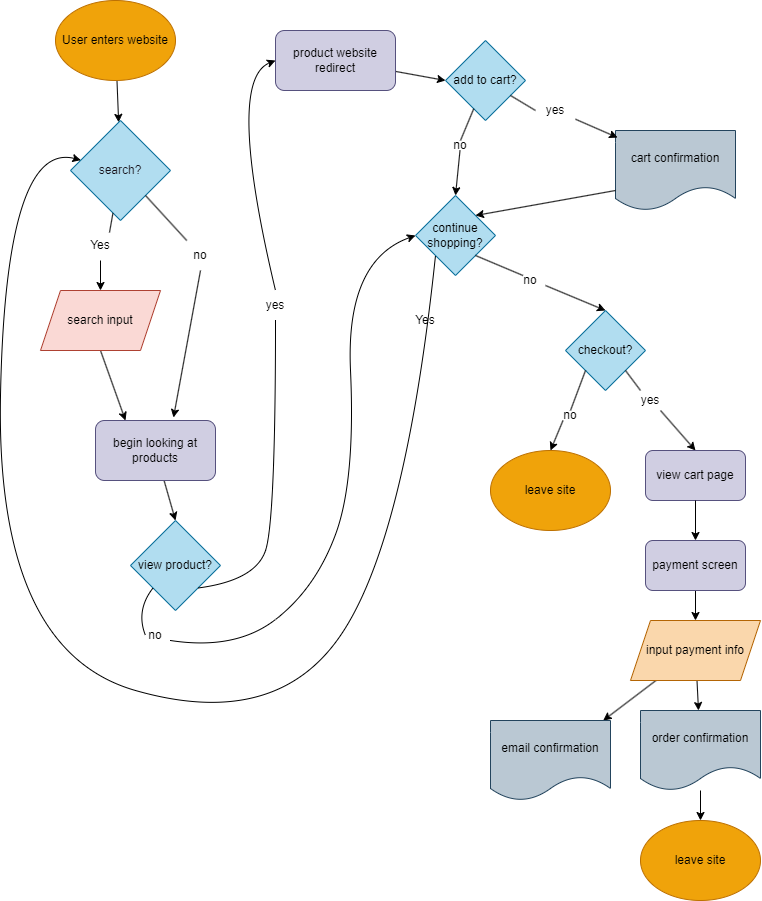
Before: explore/diagramming/diagram.drawio.png, a diagram exported from draw.io (lauT0/sp24-cse110-lab4). Source tidied: cells renumbered, new cells last; positions are measured from the earlier drawing's top-left corner, leaving out a move shared by most shapes.
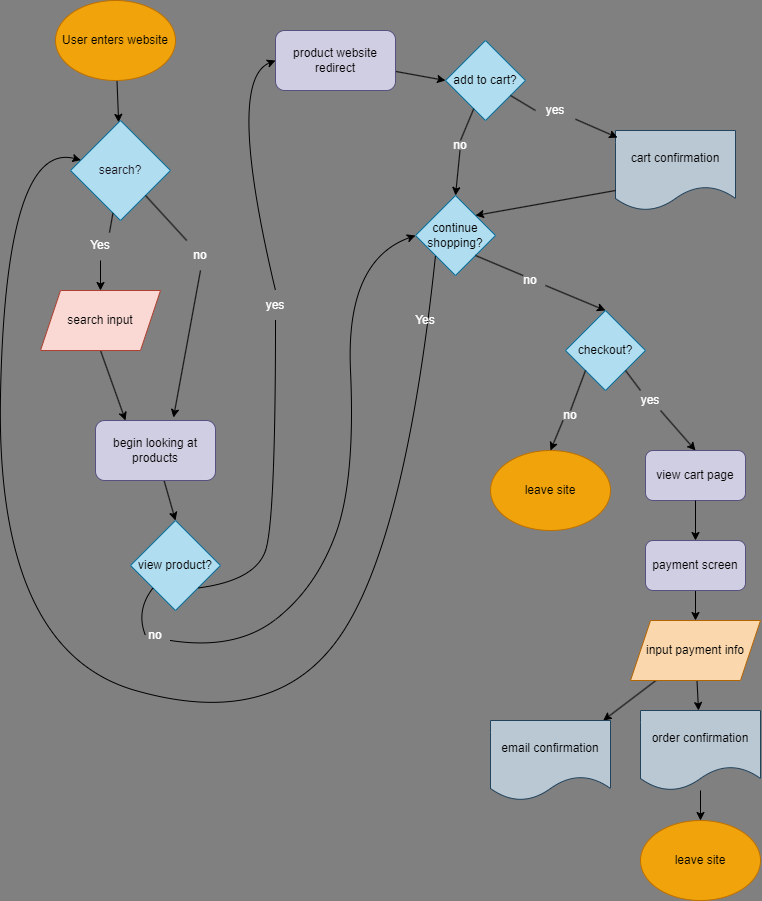
After the commit.

Change to the diagram source:
```diff
@@ -1,4 +1,4 @@
-<mxGraphModel background="#ffffff">
+<mxGraphModel background="#808080">
   <root>
     <mxCell id="0" />
     <mxCell id="1" parent="0" />
@@ -32,13 +32,13 @@
     <mxCell id="11" style="endArrow=none;html=1;fontColor=#000000;entryX=0.65;entryY=0.067;entryDx=0;entryDy=0;entryPerimeter=0;" parent="1" edge="1" source="5" target="12">
       <mxGeometry relative="1" as="geometry" />
     </mxCell>
-    <mxCell id="12" value="Yes" style="text;html=1;strokeColor=none;fillColor=none;align=center;verticalAlign=middle;whiteSpace=wrap;rounded=0;fontColor=#000000;" parent="1" vertex="1">
+    <mxCell id="12" value="Yes" style="text;html=1;strokeColor=none;fillColor=none;align=center;verticalAlign=middle;whiteSpace=wrap;rounded=0;fontColor=#FFFFFF;" parent="1" vertex="1">
       <mxGeometry x="75" y="230" width="60" height="30" as="geometry" />
     </mxCell>
     <mxCell id="13" style="edgeStyle=none;html=1;exitX=1;exitY=1;exitDx=0;exitDy=0;fontColor=#000000;endArrow=none;" parent="1" edge="1" source="5" target="14">
       <mxGeometry relative="1" as="geometry" />
     </mxCell>
-    <mxCell id="14" value="no" style="text;html=1;strokeColor=none;fillColor=none;align=center;verticalAlign=middle;whiteSpace=wrap;rounded=0;fontColor=#000000;" parent="1" vertex="1">
+    <mxCell id="14" value="no" style="text;html=1;strokeColor=none;fillColor=none;align=center;verticalAlign=middle;whiteSpace=wrap;rounded=0;fontColor=#FFFFFF;" parent="1" vertex="1">
       <mxGeometry x="165" y="240" width="80" height="30" as="geometry" />
     </mxCell>
     <mxCell id="15" value="&lt;font color=&quot;#000000&quot;&gt;view product?&lt;/font&gt;" style="rhombus;whiteSpace=wrap;html=1;fillColor=#b1ddf0;strokeColor=#10739e;fontColor=#FFFFFF;" parent="1" vertex="1">
@@ -91,13 +91,13 @@
         </Array>
       </mxGeometry>
     </mxCell>
-    <mxCell id="28" value="yes" style="text;html=1;strokeColor=none;fillColor=none;align=center;verticalAlign=middle;whiteSpace=wrap;rounded=0;fontColor=#000000;" parent="1" vertex="1">
+    <mxCell id="28" value="yes" style="text;html=1;strokeColor=none;fillColor=none;align=center;verticalAlign=middle;whiteSpace=wrap;rounded=0;fontColor=#FFFFFF;" parent="1" vertex="1">
       <mxGeometry x="240" y="290" width="80" height="30" as="geometry" />
     </mxCell>
     <mxCell id="29" style="endArrow=none;html=1;fontColor=#000000;entryX=0;entryY=0.5;entryDx=0;entryDy=0;" parent="1" edge="1" source="19" target="30">
       <mxGeometry relative="1" as="geometry" />
     </mxCell>
-    <mxCell id="30" value="yes" style="text;html=1;strokeColor=none;fillColor=none;align=center;verticalAlign=middle;whiteSpace=wrap;rounded=0;fontColor=#000000;" parent="1" vertex="1">
+    <mxCell id="30" value="yes" style="text;html=1;strokeColor=none;fillColor=none;align=center;verticalAlign=middle;whiteSpace=wrap;rounded=0;fontColor=#FFFFFF;" parent="1" vertex="1">
       <mxGeometry x="540" y="100" width="40" height="20" as="geometry" />
     </mxCell>
     <mxCell id="31" style="endArrow=classic;html=1;fontColor=#000000;exitX=0;exitY=0.75;exitDx=0;exitDy=0;entryX=1;entryY=0;entryDx=0;entryDy=0;" parent="1" edge="1" source="20" target="21">
@@ -152,25 +152,25 @@
         </Array>
       </mxGeometry>
     </mxCell>
-    <mxCell id="43" value="Yes" style="text;html=1;strokeColor=none;fillColor=none;align=center;verticalAlign=middle;whiteSpace=wrap;rounded=0;fontColor=#000000;" parent="1" vertex="1">
+    <mxCell id="43" value="Yes" style="text;html=1;strokeColor=none;fillColor=none;align=center;verticalAlign=middle;whiteSpace=wrap;rounded=0;fontColor=#FFFFFF;" parent="1" vertex="1">
       <mxGeometry x="400" y="305" width="60" height="30" as="geometry" />
     </mxCell>
     <mxCell id="44" style="endArrow=none;html=1;fontColor=#000000;exitX=1;exitY=1;exitDx=0;exitDy=0;entryX=0.25;entryY=0;entryDx=0;entryDy=0;" parent="1" edge="1" source="21" target="45">
       <mxGeometry relative="1" as="geometry" />
     </mxCell>
-    <mxCell id="45" value="no" style="text;html=1;strokeColor=none;fillColor=none;align=center;verticalAlign=middle;whiteSpace=wrap;rounded=0;fontColor=#000000;" parent="1" vertex="1">
+    <mxCell id="45" value="no" style="text;html=1;strokeColor=none;fillColor=none;align=center;verticalAlign=middle;whiteSpace=wrap;rounded=0;fontColor=#FFFFFF;" parent="1" vertex="1">
       <mxGeometry x="520" y="275" width="30" height="10" as="geometry" />
     </mxCell>
     <mxCell id="46" style="endArrow=none;html=1;fontColor=#000000;exitX=0;exitY=1;exitDx=0;exitDy=0;entryX=0.5;entryY=0;entryDx=0;entryDy=0;" parent="1" edge="1" source="25" target="47">
       <mxGeometry relative="1" as="geometry" />
     </mxCell>
-    <mxCell id="47" value="no" style="text;html=1;strokeColor=none;fillColor=none;align=center;verticalAlign=middle;whiteSpace=wrap;rounded=0;fontColor=#000000;" parent="1" vertex="1">
+    <mxCell id="47" value="no" style="text;html=1;strokeColor=none;fillColor=none;align=center;verticalAlign=middle;whiteSpace=wrap;rounded=0;fontColor=#FFFFFF;" parent="1" vertex="1">
       <mxGeometry x="560" y="410" width="30" height="10" as="geometry" />
     </mxCell>
     <mxCell id="48" style="endArrow=none;html=1;fontColor=#000000;exitX=1;exitY=1;exitDx=0;exitDy=0;entryX=0.25;entryY=0;entryDx=0;entryDy=0;" parent="1" edge="1" source="25" target="49">
       <mxGeometry relative="1" as="geometry" />
     </mxCell>
-    <mxCell id="49" value="yes" style="text;html=1;strokeColor=none;fillColor=none;align=center;verticalAlign=middle;whiteSpace=wrap;rounded=0;fontColor=#000000;" parent="1" vertex="1">
+    <mxCell id="49" value="yes" style="text;html=1;strokeColor=none;fillColor=none;align=center;verticalAlign=middle;whiteSpace=wrap;rounded=0;fontColor=#FFFFFF;" parent="1" vertex="1">
       <mxGeometry x="635" y="390" width="40" height="20" as="geometry" />
     </mxCell>
     <mxCell id="50" style="endArrow=classic;html=1;fontColor=#000000;exitX=0.5;exitY=1;exitDx=0;exitDy=0;entryX=0.5;entryY=0;entryDx=0;entryDy=0;" parent="1" edge="1" source="33" target="35">
@@ -182,7 +182,7 @@
     <mxCell id="52" style="edgeStyle=none;html=1;entryX=0.5;entryY=0;entryDx=0;entryDy=0;fontColor=#000000;endArrow=none;" parent="1" edge="1" source="19" target="53">
       <mxGeometry relative="1" as="geometry" />
     </mxCell>
-    <mxCell id="53" value="no" style="text;html=1;strokeColor=none;fillColor=none;align=center;verticalAlign=middle;whiteSpace=wrap;rounded=0;fontColor=#000000;" parent="1" vertex="1">
+    <mxCell id="53" value="no" style="text;html=1;strokeColor=none;fillColor=none;align=center;verticalAlign=middle;whiteSpace=wrap;rounded=0;fontColor=#FFFFFF;" parent="1" vertex="1">
       <mxGeometry x="450" y="140" width="30" height="10" as="geometry" />
     </mxCell>
     <mxCell id="54" style="curved=1;endArrow=none;html=1;fontColor=#000000;exitX=0;exitY=1;exitDx=0;exitDy=0;" parent="1" edge="1" source="15">
@@ -193,7 +193,7 @@
         </Array>
       </mxGeometry>
     </mxCell>
-    <mxCell id="55" value="no" style="text;html=1;strokeColor=none;fillColor=none;align=center;verticalAlign=middle;whiteSpace=wrap;rounded=0;fontColor=#000000;" parent="1" vertex="1">
+    <mxCell id="55" value="no" style="text;html=1;strokeColor=none;fillColor=none;align=center;verticalAlign=middle;whiteSpace=wrap;rounded=0;fontColor=#FFFFFF;" parent="1" vertex="1">
       <mxGeometry x="145" y="630" width="30" height="10" as="geometry" />
     </mxCell>
     <mxCell id="56" value="&lt;font color=&quot;#000000&quot;&gt;leave site&lt;/font&gt;" style="ellipse;whiteSpace=wrap;html=1;fillColor=#f0a30a;strokeColor=#BD7000;fontColor=#000000;" parent="1" vertex="1">
```
